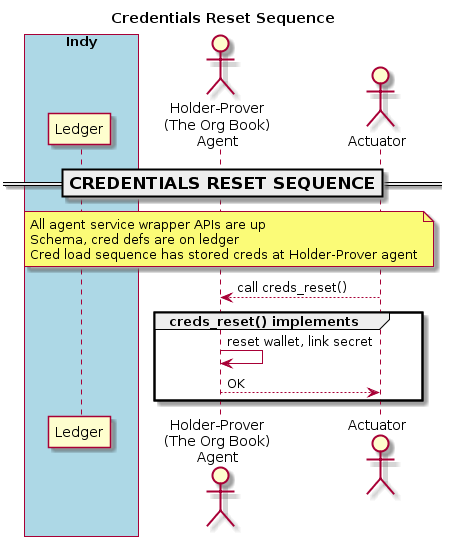
This is doc/pic/creds-reset.png from PSPC-SPAC-buyandsell/von_base, a PlantUML export, as it was before one commit.
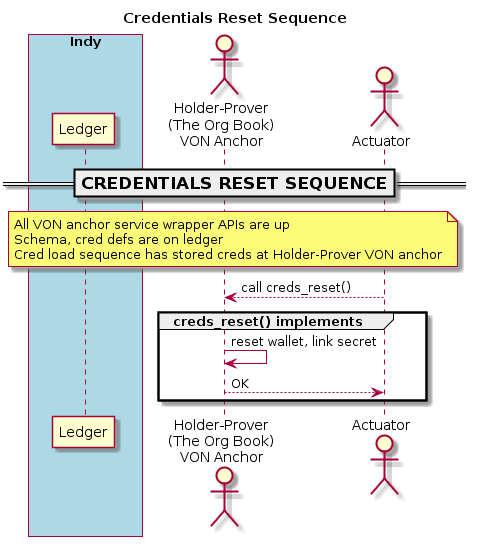
Above is the later version.

Diff of the diagram source:
```diff
@@ -9,19 +9,19 @@
     participant "Ledger" as ledger
 endbox
 
-actor "Holder-Prover\n(The Org Book)\nAgent" as obag
+actor "Holder-Prover\n(The Org Book)\nVON Anchor" as oban
 actor "Actuator" as ator
 
 === CREDENTIALS RESET SEQUENCE ==
 note over ledger, ator
-All agent service wrapper APIs are up
-Schema, cred defs are on ledger
-Cred load sequence has stored creds at Holder-Prover agent
+    All VON anchor service wrapper APIs are up
+    Schema, cred defs are on ledger
+    Cred load sequence has stored creds at Holder-Prover VON anchor
 endnote
 
-ator --> obag: call creds_reset()
+ator --> oban: call creds_reset()
 group creds_reset() implements
-    obag -> obag: reset wallet, link secret
-    obag --> ator:  OK
+    oban -> oban: reset wallet, link secret
+    oban --> ator:  OK
 end
 @enduml
```
